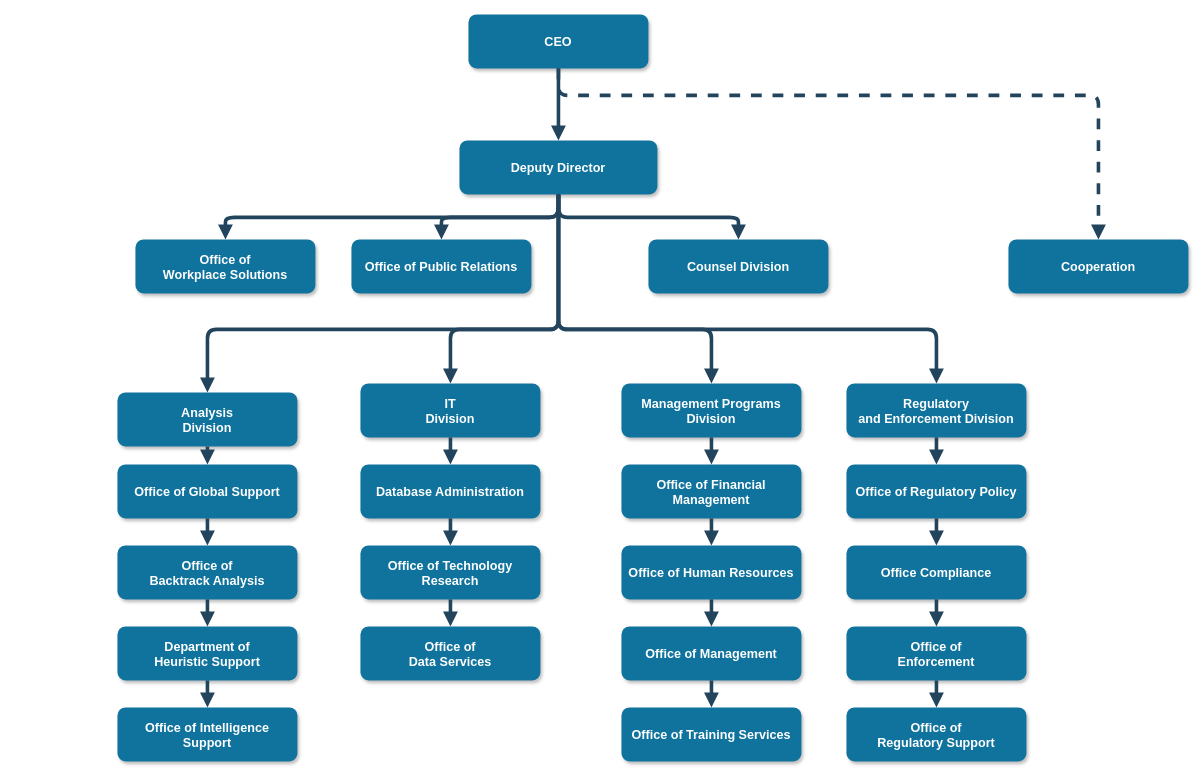
wangXingRunning/store.github.io keeps this draw.io diagram as ur设计图.drawio. Above is the earlier version. Source tidied: cells renumbered, new cells numbered last; positions are measured from the earlier drawing's top-left corner, leaving out a move shared by most shapes. Both pictures are drawn from the tidied source at 90%, with x=0, y=0 at pixel (117, 14).
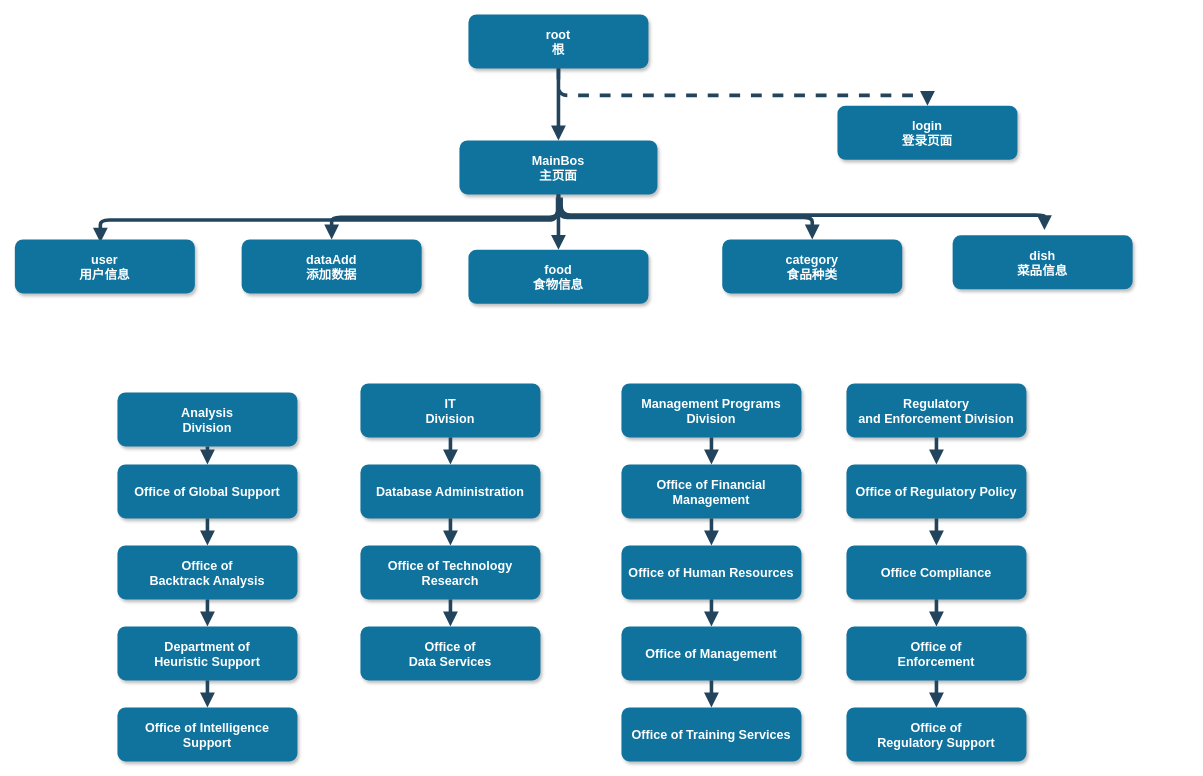
Above is the later version.

Commit message:
更新ur设计图.drawio

The change refers to these unchanged cells:
```xml
<mxCell id="8" value="Analysis &#10;Division" style="rounded=1;fillColor=#10739E;strokeColor=none;shadow=1;gradientColor=none;fontStyle=1;fontColor=#FFFFFF;fontSize=14;" parent="1" vertex="1">
  <mxGeometry y="419.5" width="200" height="60" as="geometry" />
</mxCell>
<mxCell id="13" value="IT&#10;Division" style="rounded=1;fillColor=#10739E;strokeColor=none;shadow=1;gradientColor=none;fontStyle=1;fontColor=#FFFFFF;fontSize=14;" parent="1" vertex="1">
  <mxGeometry x="270" y="409.5" width="200" height="60" as="geometry" />
</mxCell>
<mxCell id="17" value="Management Programs &#10;Division" style="rounded=1;fillColor=#10739E;strokeColor=none;shadow=1;gradientColor=none;fontStyle=1;fontColor=#FFFFFF;fontSize=14;" parent="1" vertex="1">
  <mxGeometry x="560" y="409.5" width="200" height="60" as="geometry" />
</mxCell>
<mxCell id="22" value="Regulatory &#10;and Enforcement Division" style="rounded=1;fillColor=#10739E;strokeColor=none;shadow=1;gradientColor=none;fontStyle=1;fontColor=#FFFFFF;fontSize=14;" parent="1" vertex="1">
  <mxGeometry x="810" y="409.5" width="200" height="60" as="geometry" />
</mxCell>
```

The edit, as a diff of the source:
```diff
@@
-    <mxCell id="2" value="CEO" style="rounded=1;fillColor=#10739E;strokeColor=none;shadow=1;gradientColor=none;fontStyle=1;fontColor=#FFFFFF;fontSize=14;" parent="1" vertex="1">
+    <mxCell id="2" value="root&#10;根" style="rounded=1;fillColor=#10739E;strokeColor=none;shadow=1;gradientColor=none;fontStyle=1;fontColor=#FFFFFF;fontSize=14;align=center;" parent="1" vertex="1">
       <mxGeometry x="390" y="-0.5" width="200" height="60" as="geometry" />
     </mxCell>
-    <mxCell id="3" value="Deputy Director" style="rounded=1;fillColor=#10739E;strokeColor=none;shadow=1;gradientColor=none;fontStyle=1;fontColor=#FFFFFF;fontSize=14;" parent="1" vertex="1">
+    <mxCell id="3" value="MainBos&#10;主页面" style="rounded=1;fillColor=#10739E;strokeColor=none;shadow=1;gradientColor=none;fontStyle=1;fontColor=#FFFFFF;fontSize=14;" parent="1" vertex="1">
       <mxGeometry x="380" y="139.5" width="220" height="60" as="geometry" />
     </mxCell>
-    <mxCell id="4" value="Office of &#10;Workplace Solutions" style="rounded=1;fillColor=#10739E;strokeColor=none;shadow=1;gradientColor=none;fontStyle=1;fontColor=#FFFFFF;fontSize=14;" parent="1" vertex="1">
-      <mxGeometry x="20" y="249.5" width="200" height="60" as="geometry" />
+    <mxCell id="4" value="dataAdd&#10;添加数据" style="rounded=1;fillColor=#10739E;strokeColor=none;shadow=1;gradientColor=none;fontStyle=1;fontColor=#FFFFFF;fontSize=14;" parent="1" vertex="1">
+      <mxGeometry x="138" y="249.5" width="200" height="60" as="geometry" />
     </mxCell>
-    <mxCell id="5" value="Office of Public Relations" style="rounded=1;fillColor=#10739E;strokeColor=none;shadow=1;gradientColor=none;fontStyle=1;fontColor=#FFFFFF;fontSize=14;" parent="1" vertex="1">
-      <mxGeometry x="260" y="249.5" width="200" height="60" as="geometry" />
+    <mxCell id="5" value="food&#10;食物信息" style="rounded=1;fillColor=#10739E;strokeColor=none;shadow=1;gradientColor=none;fontStyle=1;fontColor=#FFFFFF;fontSize=14;" parent="1" vertex="1">
+      <mxGeometry x="390" y="261" width="200" height="60" as="geometry" />
     </mxCell>
-    <mxCell id="6" value="Counsel Division" style="rounded=1;fillColor=#10739E;strokeColor=none;shadow=1;gradientColor=none;fontStyle=1;fontColor=#FFFFFF;fontSize=14;" parent="1" vertex="1">
-      <mxGeometry x="590" y="249.5" width="200" height="60" as="geometry" />
+    <mxCell id="6" value="category&#10;食品种类" style="rounded=1;fillColor=#10739E;strokeColor=none;shadow=1;gradientColor=none;fontStyle=1;fontColor=#FFFFFF;fontSize=14;" parent="1" vertex="1">
+      <mxGeometry x="672" y="249.5" width="200" height="60" as="geometry" />
     </mxCell>
-    <mxCell id="7" value="Cooperation" style="rounded=1;fillColor=#10739E;strokeColor=none;shadow=1;gradientColor=none;fontStyle=1;fontColor=#FFFFFF;fontSize=14;" parent="1" vertex="1">
-      <mxGeometry x="990" y="249.5" width="200" height="60" as="geometry" />
+    <mxCell id="7" value="login&#10;登录页面" style="rounded=1;fillColor=#10739E;strokeColor=none;shadow=1;gradientColor=none;fontStyle=1;fontColor=#FFFFFF;fontSize=14;" parent="1" vertex="1">
+      <mxGeometry x="800" y="101" width="200" height="60" as="geometry" />
     </mxCell>
@@
-    <mxCell id="30" style="edgeStyle=elbowEdgeStyle;elbow=vertical;strokeWidth=4;endArrow=block;endFill=1;fontStyle=1;strokeColor=#23445D;" parent="1" edge="1" source="3" target="6">
+    <mxCell id="30" style="edgeStyle=elbowEdgeStyle;elbow=vertical;strokeWidth=4;endArrow=block;endFill=1;fontStyle=1;strokeColor=#23445D;fontSize=16;" parent="1" edge="1" source="3" target="6">
       <mxGeometry x="22" y="165.5" as="geometry" />
     </mxCell>
@@
-    <mxCell id="32" style="edgeStyle=elbowEdgeStyle;elbow=vertical;strokeWidth=4;endArrow=block;endFill=1;fontStyle=1;strokeColor=#23445D;" parent="1" edge="1" source="3" target="8">
-      <mxGeometry x="22" y="165.5" as="geometry">
-        <Array as="points">
-          <mxPoint x="270" y="349.5" />
-        </Array>
-      </mxGeometry>
-    </mxCell>
-    <mxCell id="33" style="edgeStyle=elbowEdgeStyle;elbow=vertical;strokeWidth=4;endArrow=block;endFill=1;fontStyle=1;strokeColor=#23445D;" parent="1" edge="1" source="3" target="22">
-      <mxGeometry x="22" y="165.5" as="geometry">
-        <Array as="points">
-          <mxPoint x="690" y="349.5" />
-        </Array>
-      </mxGeometry>
-    </mxCell>
@@
-    <mxCell id="49" style="edgeStyle=elbowEdgeStyle;elbow=vertical;strokeWidth=4;endArrow=block;endFill=1;fontStyle=1;strokeColor=#23445D;" parent="1" edge="1" source="3" target="13">
-      <mxGeometry x="22" y="165.5" as="geometry">
-        <Array as="points">
-          <mxPoint x="370" y="349.5" />
-        </Array>
-      </mxGeometry>
-    </mxCell>
-    <mxCell id="50" style="edgeStyle=elbowEdgeStyle;elbow=vertical;strokeWidth=4;endArrow=block;endFill=1;fontStyle=1;strokeColor=#23445D;" parent="1" edge="1" source="3" target="17">
-      <mxGeometry x="22" y="165.5" as="geometry">
-        <Array as="points">
-          <mxPoint x="660" y="349.5" />
-        </Array>
-      </mxGeometry>
-    </mxCell>
+    <mxCell id="51" value="dish&#10;菜品信息" style="rounded=1;fillColor=#10739E;strokeColor=none;shadow=1;gradientColor=none;fontStyle=1;fontColor=#FFFFFF;fontSize=14;" parent="1" vertex="1">
+      <mxGeometry x="928" y="245" width="200" height="60" as="geometry" />
+    </mxCell>
+    <mxCell id="52" style="edgeStyle=elbowEdgeStyle;elbow=vertical;strokeWidth=4;endArrow=block;endFill=1;fontStyle=1;strokeColor=#23445D;fontSize=16;" parent="1" edge="1">
+      <mxGeometry x="22" y="165.5" as="geometry">
+        <mxPoint x="493" y="203" as="sourcePoint" />
+        <mxPoint x="1030" y="239" as="targetPoint" />
+        <Array as="points">
+          <mxPoint x="743" y="222.5" />
+        </Array>
+      </mxGeometry>
+    </mxCell>
+    <mxCell id="53" style="edgeStyle=elbowEdgeStyle;elbow=vertical;strokeWidth=4;endArrow=block;endFill=1;fontStyle=1;strokeColor=#23445D;" parent="1" edge="1">
+      <mxGeometry x="22" y="165.5" as="geometry">
+        <mxPoint x="489" y="203" as="sourcePoint" />
+        <mxPoint x="-19" y="253" as="targetPoint" />
+      </mxGeometry>
+    </mxCell>
+    <mxCell id="54" value="user&#10;用户信息" style="rounded=1;fillColor=#10739E;strokeColor=none;shadow=1;gradientColor=none;fontStyle=1;fontColor=#FFFFFF;fontSize=14;" parent="1" vertex="1">
+      <mxGeometry x="-114" y="249.5" width="200" height="60" as="geometry" />
+    </mxCell>
```
